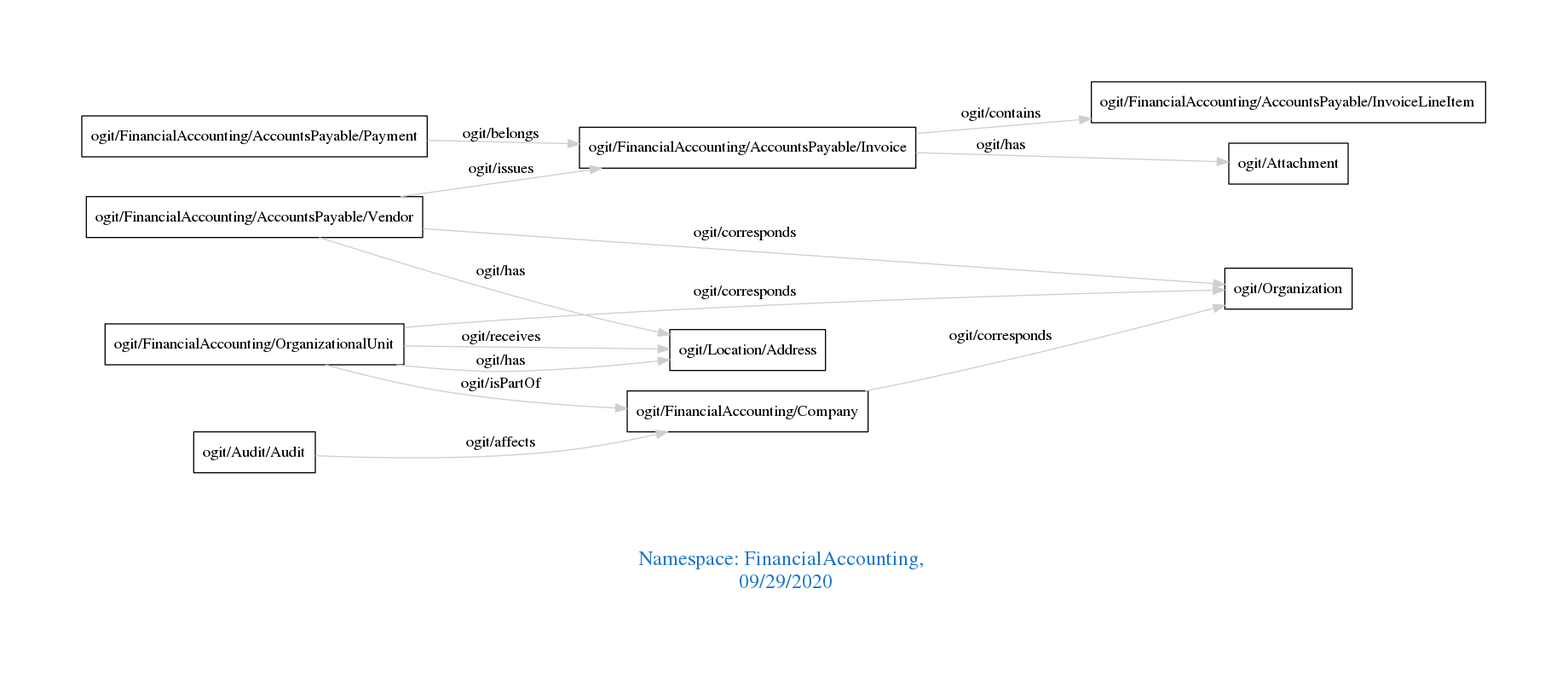
Before: downloads/FinancialAccounting.png, a diagram exported from Graphviz (arago/OGIT). Its source is kept beside it as downloads/FinancialAccounting.dot.
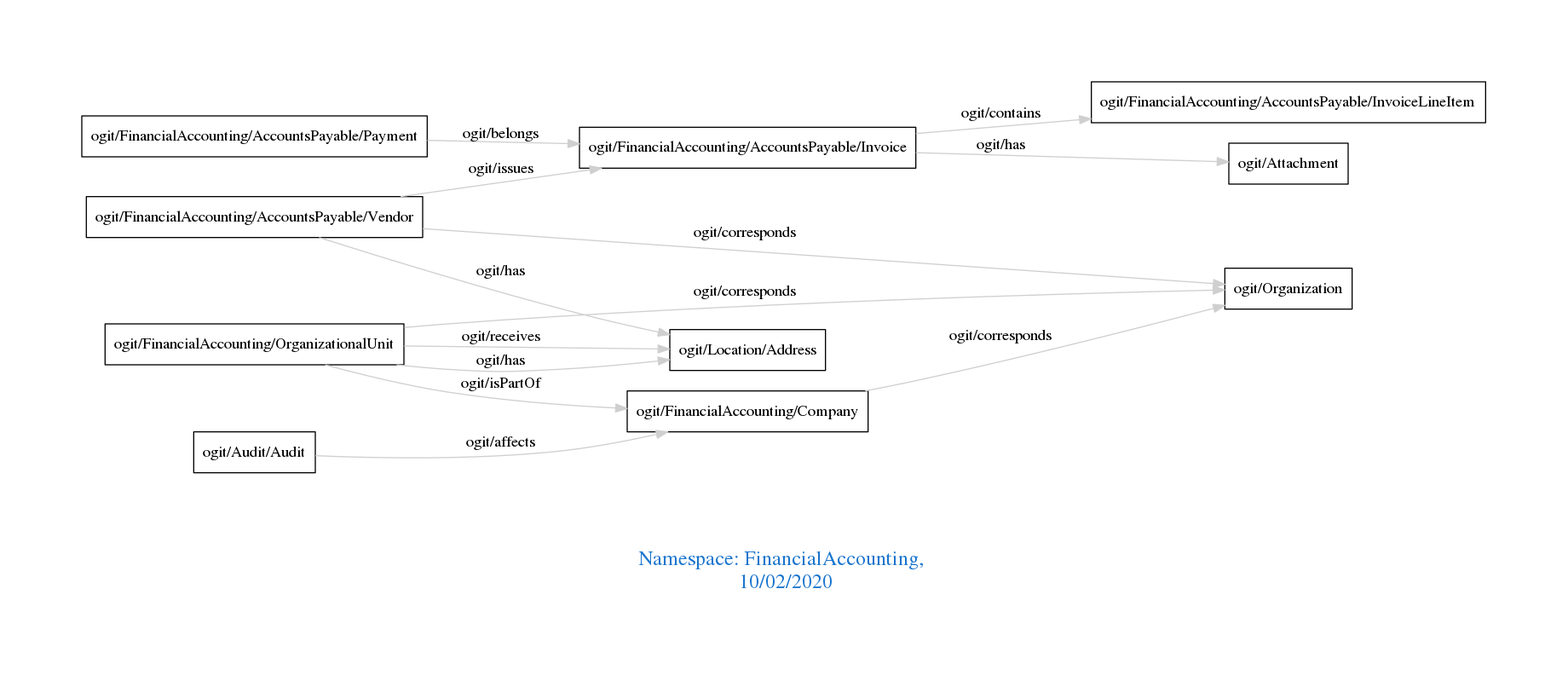
After the commit.

Change to the diagram source:
```diff
@@ -1,7 +1,7 @@
 digraph OGIT_ontology {
  graph [ rankdir= LR,pad=1
 fontsize = 18,
-fontcolor= dodgerblue3,label = "\n\n\nNamespace: FinancialAccounting, \n 09/29/2020"];
+fontcolor= dodgerblue3,label = "\n\n\nNamespace: FinancialAccounting, \n 10/02/2020"];
 node[shape=polygon];
 edge [  color="gray81"];
 
```
